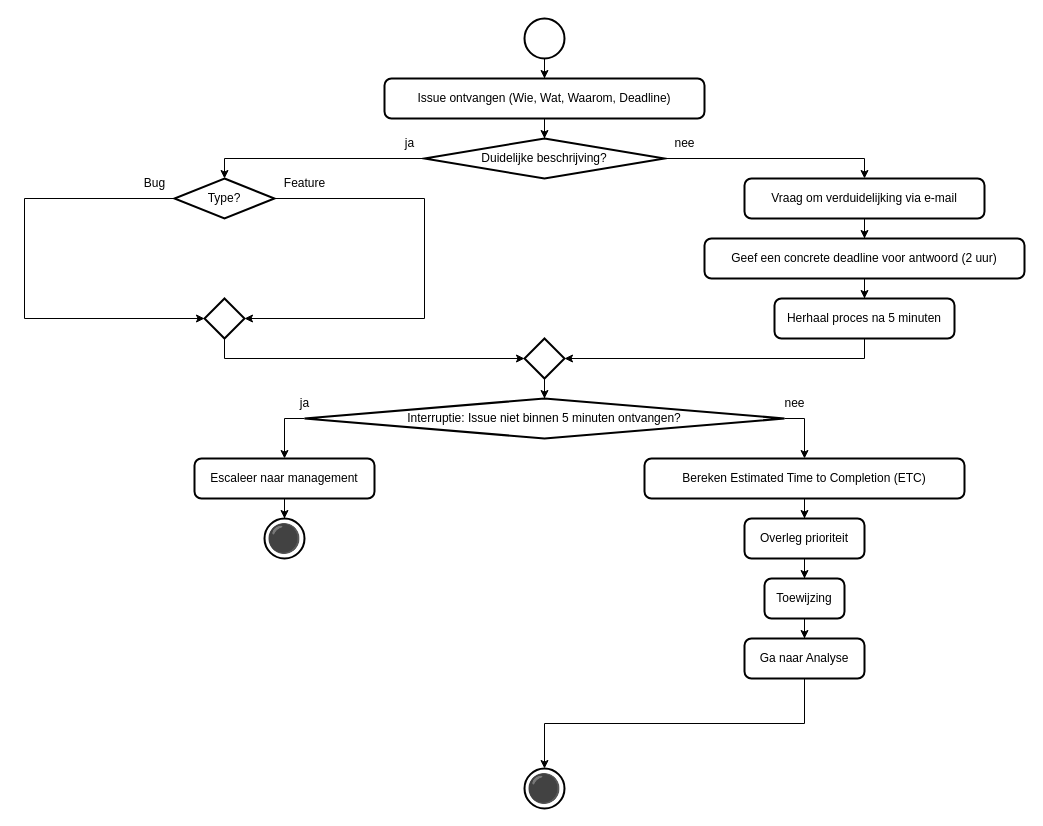
The draw.io diagram 1 Issue Tracker intake.drawio in Zaibatsu89/IssueTracker, before the edit. Source tidied: cells renumbered, new cells numbered last; positions are measured from the earlier drawing's top-left corner, leaving out a move shared by most shapes. Both pictures are drawn from the tidied source at 100%, with x=0, y=0 at pixel (24, 18).
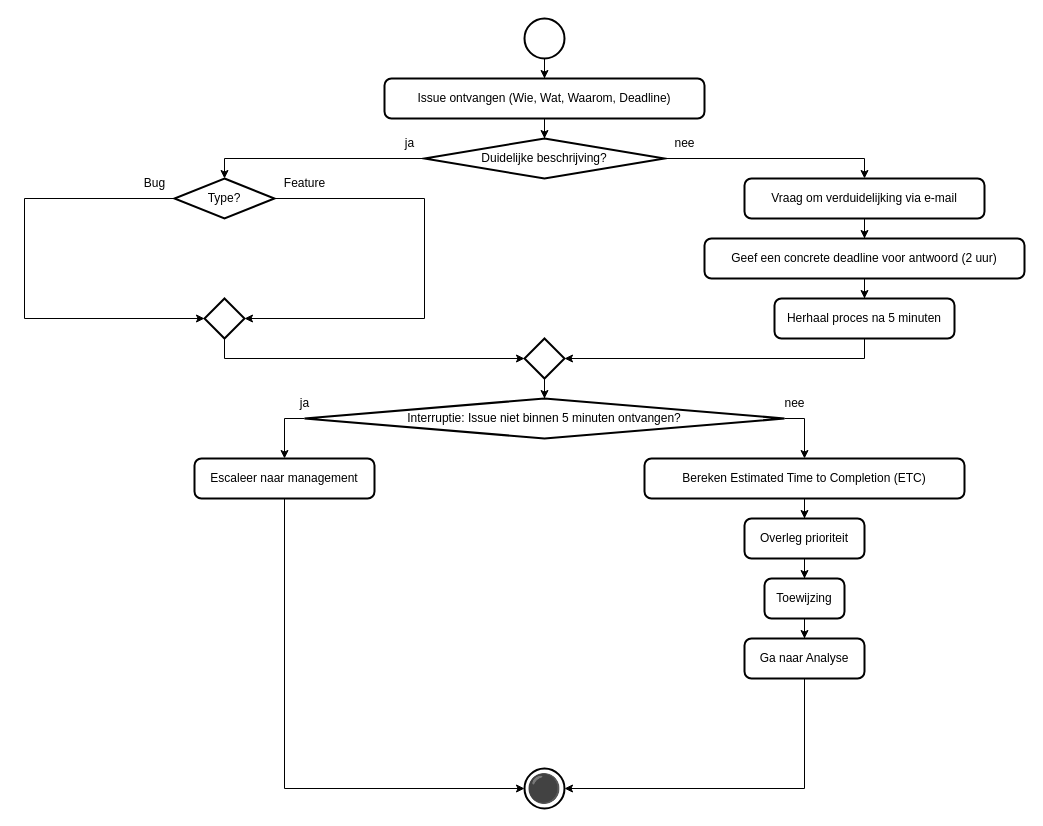
Above is the later version.

The change refers to these unchanged cells:
```xml
<mxCell id="30" value="Escaleer naar management" style="rounded=1;whiteSpace=wrap;html=1;absoluteArcSize=1;arcSize=14;strokeWidth=2;" parent="1" vertex="1">
  <mxGeometry x="170" y="440" width="180" height="40" as="geometry" />
</mxCell>
<mxCell id="40" value="Ga naar Analyse" style="rounded=1;whiteSpace=wrap;html=1;absoluteArcSize=1;arcSize=14;strokeWidth=2;" parent="1" vertex="1">
  <mxGeometry x="720" y="620" width="120" height="40" as="geometry" />
</mxCell>
<mxCell id="41" value="&lt;font&gt;⚫&lt;/font&gt;" style="strokeWidth=2;html=1;shape=mxgraph.flowchart.start_2;whiteSpace=wrap;fillStyle=solid;fillColor=none;perimeterSpacing=0;shadow=0;gradientColor=none;gradientDirection=north;fontSize=28;" parent="1" vertex="1">
  <mxGeometry x="500" y="750" width="40" height="40" as="geometry" />
</mxCell>
```

What changed in the source:
```diff
@@
-    <mxCell id="29" style="edgeStyle=orthogonalEdgeStyle;rounded=0;jettySize=auto;html=1;" parent="1" edge="1" source="30" target="31">
-      <mxGeometry relative="1" as="geometry" />
-    </mxCell>
@@
-    <mxCell id="31" value="&lt;font&gt;⚫&lt;/font&gt;" style="strokeWidth=2;html=1;shape=mxgraph.flowchart.start_2;whiteSpace=wrap;fillStyle=solid;fillColor=none;perimeterSpacing=0;shadow=0;gradientColor=none;gradientDirection=north;fontSize=28;" parent="1" vertex="1">
-      <mxGeometry x="240" y="500" width="40" height="40" as="geometry" />
-    </mxCell>
@@
-    <mxCell id="42" style="edgeStyle=orthogonalEdgeStyle;rounded=0;jettySize=auto;html=1;exitX=0.5;exitY=1;exitDx=0;exitDy=0;entryX=0.5;entryY=0;entryDx=0;entryDy=0;entryPerimeter=0;" parent="1" edge="1" source="40" target="41">
+    <mxCell id="42" style="edgeStyle=orthogonalEdgeStyle;rounded=0;jettySize=auto;html=1;exitX=0.5;exitY=1;exitDx=0;exitDy=0;entryX=1;entryY=0.5;entryDx=0;entryDy=0;entryPerimeter=0;" parent="1" edge="1" source="40" target="41">
       <mxGeometry relative="1" as="geometry" />
     </mxCell>
+    <mxCell id="43" style="edgeStyle=orthogonalEdgeStyle;rounded=0;jettySize=auto;html=1;exitX=0.5;exitY=1;exitDx=0;exitDy=0;entryX=0;entryY=0.5;entryDx=0;entryDy=0;entryPerimeter=0;" parent="1" edge="1" source="30" target="41">
+      <mxGeometry relative="1" as="geometry" />
+    </mxCell>
```
